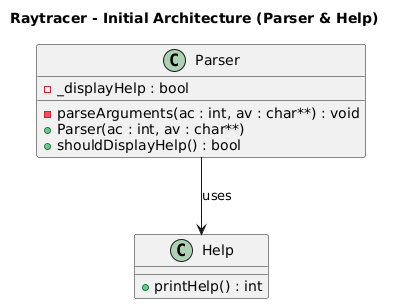
Earlier version of the PlantUML export docs/uml/diagram.png (cassydjye/RAYTRACER_CI). Its diagram source:
```plantuml
@startuml

title Raytracer - Initial Architecture (Parser & Help)

class Parser {
    - _displayHelp : bool
    - parseArguments(ac : int, av : char**) : void
    + Parser(ac : int, av : char**)
    + shouldDisplayHelp() : bool
}

class Help {
    + printHelp() : int
}

Parser --> Help : uses

@enduml
```
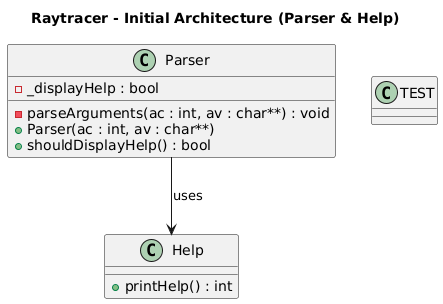
Later version of the same file.

Commit message:
update UML diagram

The edit, as a diff of the source:
```diff
@@ -13,6 +13,9 @@
     + printHelp() : int
 }
 
+class TEST {
+}
+
 Parser --> Help : uses
 
 @enduml
```
